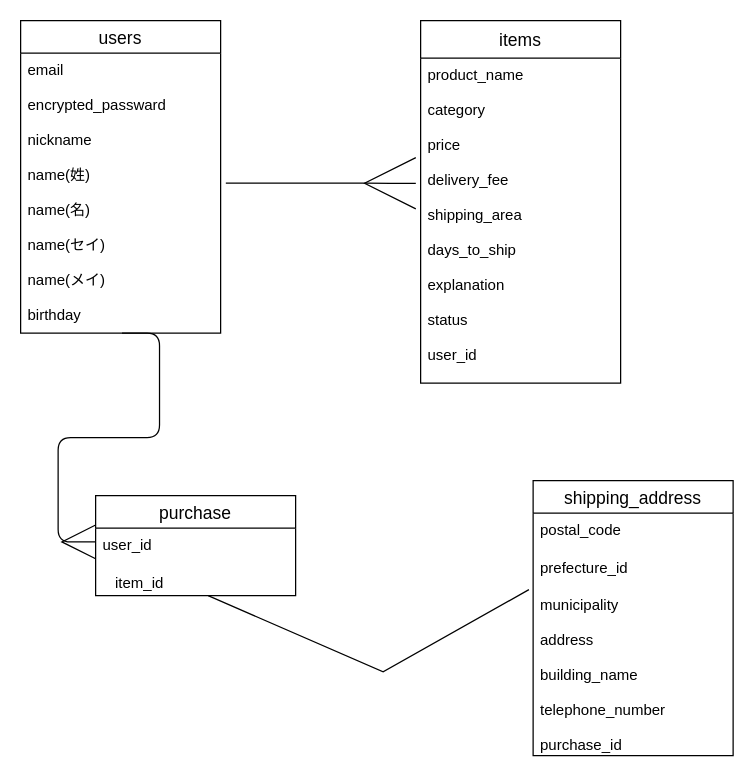
This is furima.dio from reohashimoto/furima-32470, a draw.io file, before an edit. Source tidied: cells renumbered, new cells numbered last; positions are measured from the earlier drawing's top-left corner, leaving out a move shared by most shapes. Both pictures are drawn from the tidied source at 125%, with x=0, y=0 at pixel (20, 20).
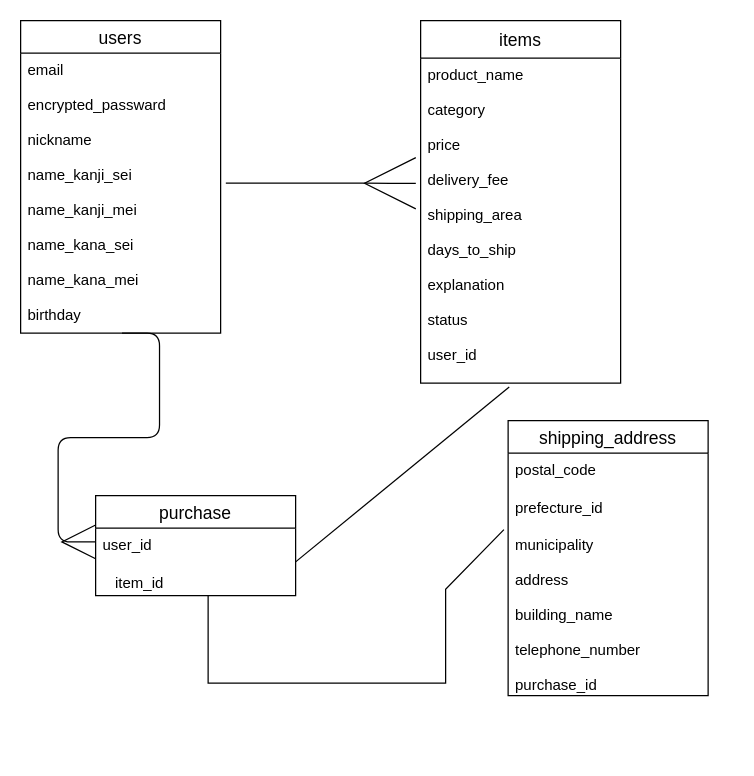
Above is the later version.

Unchanged cells that the change refers to:
```xml
<mxCell id="2" value="users" style="swimlane;fontStyle=0;horizontal=1;startSize=26;align=center;fontSize=14;" parent="1" vertex="1">
  <mxGeometry width="160" height="250" as="geometry" />
</mxCell>
<mxCell id="6" value="product_name&#10;&#10;category&#10;&#10;price&#10;&#10;delivery_fee&#10;&#10;shipping_area&#10;&#10;days_to_ship&#10;&#10;explanation&#10;&#10;status&#10;&#10;user_id&#10;&#10;&#10;&#10;&#10;" style="text;strokeColor=none;fillColor=none;spacingLeft=4;spacingRight=4;overflow=hidden;points=[[0,0.5],[1,0.5]];portConstraint=eastwest;fontSize=12;" parent="5" vertex="1">
  <mxGeometry y="30" width="160" height="260" as="geometry" />
</mxCell>
<mxCell id="8" value="user_id" style="text;strokeColor=none;fillColor=none;spacingLeft=4;spacingRight=4;overflow=hidden;points=[[0,0.5],[1,0.5]];portConstraint=eastwest;fontSize=12;" parent="7" vertex="1">
  <mxGeometry y="26" width="160" height="54" as="geometry" />
</mxCell>
<mxCell id="12" value="municipality&#10;&#10;address&#10;&#10;building_name&#10;&#10;telephone_number&#10;&#10;purchase_id" style="text;strokeColor=none;fillColor=none;spacingLeft=4;spacingRight=4;overflow=hidden;points=[[0,0.5],[1,0.5]];portConstraint=eastwest;fontSize=12;" parent="9" vertex="1">
  <mxGeometry y="86" width="160" height="134" as="geometry" />
</mxCell>
<mxCell id="13" value="item_id" style="text;strokeColor=none;fillColor=none;spacingLeft=4;spacingRight=4;overflow=hidden;points=[[0,0.5],[1,0.5]];portConstraint=eastwest;fontSize=12;" parent="1" vertex="1">
  <mxGeometry x="70" y="436" width="160" height="30" as="geometry" />
</mxCell>
```

Change to the diagram source:
```diff
@@
-    <mxCell id="3" value="email&#10; &#10;encrypted_passward&#10;&#10;nickname&#10;&#10;name(姓)&#10;&#10;name(名)&#10;&#10;name(セイ)&#10;&#10;name(メイ)&#10;&#10;birthday" style="text;strokeColor=none;fillColor=none;spacingLeft=4;spacingRight=4;overflow=hidden;points=[[0,0.5],[1,0.5]];portConstraint=eastwest;fontSize=12;" parent="2" vertex="1">
+    <mxCell id="3" value="email&#10; &#10;encrypted_passward&#10;&#10;nickname&#10;&#10;name_kanji_sei&#10;&#10;name_kanji_mei&#10;&#10;name_kana_sei&#10;&#10;name_kana_mei&#10;&#10;birthday" style="text;strokeColor=none;fillColor=none;spacingLeft=4;spacingRight=4;overflow=hidden;points=[[0,0.5],[1,0.5]];portConstraint=eastwest;fontSize=12;" parent="2" vertex="1">
       <mxGeometry y="26" width="160" height="224" as="geometry" />
     </mxCell>
@@
     <mxCell id="9" value="shipping_address" style="swimlane;fontStyle=0;horizontal=1;startSize=26;align=center;fontSize=14;" parent="1" vertex="1">
-      <mxGeometry x="410" y="368" width="160" height="220" as="geometry" />
+      <mxGeometry x="390" y="320" width="160" height="220" as="geometry" />
     </mxCell>
@@
     <mxCell id="14" style="endArrow=none;html=1;rounded=0;entryX=-0.021;entryY=0.009;entryDx=0;entryDy=0;entryPerimeter=0;exitX=0.5;exitY=0.8;exitDx=0;exitDy=0;exitPerimeter=0;" parent="1" edge="1" source="13" target="12">
       <mxGeometry relative="1" as="geometry">
         <Array as="points">
-          <mxPoint x="290" y="521" />
+          <mxPoint x="150" y="530" />
+          <mxPoint x="340" y="530" />
+          <mxPoint x="340" y="455" />
         </Array>
       </mxGeometry>
     </mxCell>
@@
+    <mxCell id="17" style="endArrow=none;html=1;rounded=0;entryX=0.443;entryY=1.012;entryDx=0;entryDy=0;entryPerimeter=0;exitX=1;exitY=0.5;exitDx=0;exitDy=0;" parent="1" edge="1" source="8" target="6">
+      <mxGeometry relative="1" as="geometry" />
+    </mxCell>
```
